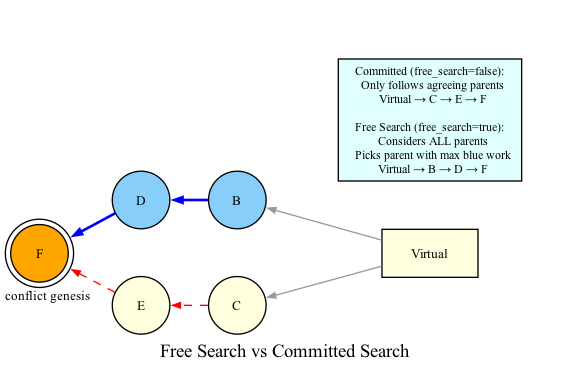
Earlier version of the Graphviz export png/05-free-vs-committed.png (coderofstuff/dk-wiki). Its source is kept beside it as dot/05-free-vs-committed.dot.
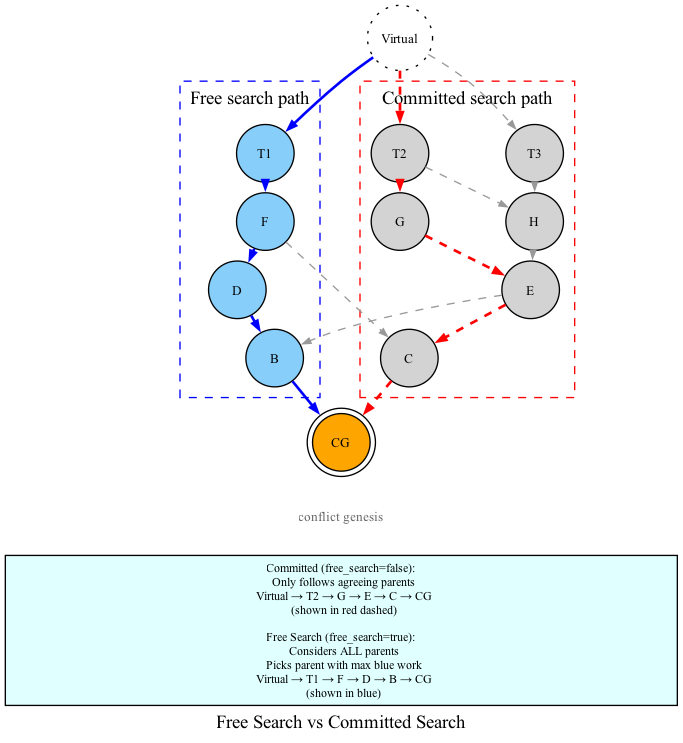
Above is the later version.

Change to the diagram source:
```diff
@@ -1,29 +1,66 @@
 digraph free_vs_committed {
-    rankdir=RL;
-    nodesep=0.5;
-    ranksep=0.4;
+    rankdir=TB;
+    nodesep=0.8;
+    ranksep=0.1;
     node [shape=circle, style=filled, fontsize=10, width=0.6, height=0.6];
     edge [arrowsize=0.6, color=gray60];
 
     label="Free Search vs Committed Search";
 
-    V [label="Virtual", fillcolor=lightyellow, shape=box, width=1.0, height=0.5];
+    CG [label="CG", fillcolor=orange, shape=doublecircle];
 
-    B [label="B", fillcolor=lightskyblue];
-    C [label="C", fillcolor=lightyellow];
-    D [label="D", fillcolor=lightskyblue];
-    E [label="E", fillcolor=lightyellow];
-    F [label="F", fillcolor=orange, shape=doublecircle, xlabel="conflict genesis"];
+    Virtual [label="Virtual", shape=circle, style=dotted, fillcolor=white];
 
-    V -> B;
-    V -> C;
-    B -> D [color=blue, penwidth=2.0];
-    C -> E [style=dashed, color=red];
-    D -> F [color=blue, penwidth=2.0];
-    E -> F [style=dashed, color=red];
+    subgraph cluster_left {
+        label="Free search path";
+        labelloc=t;
+        style="dashed";
+        color=blue;
+        B [label="B", fillcolor=lightskyblue];
+        D [label="D", fillcolor=lightskyblue];
+        F [label="F", fillcolor=lightskyblue];
+        T1 [label="T1", fillcolor=lightskyblue];
+    }
 
-    subgraph cluster_annotation {
-        style=invis;
-        NOTE [label="Committed (free_search=false):\n  Only follows agreeing parents\n  Virtual → C → E → F\n\nFree Search (free_search=true):\n  Considers ALL parents\n  Picks parent with max blue work\n  Virtual → B → D → F", shape=box, style=filled, fillcolor=lightcyan, fontsize=9];
+    subgraph cluster_right {
+        label="Committed search path";
+        labelloc=t;
+        style="dashed";
+        color=red;
+        C [label="C", fillcolor=lightgray];
+        E [label="E", fillcolor=lightgray];
+        G [label="G", fillcolor=lightgray];
+        T2 [label="T2", fillcolor=lightgray];
+        H [label="H", fillcolor=lightgray];
+        T3 [label="T3", fillcolor=lightgray];
     }
+
+    CG_lbl [label="conflict genesis", shape=plaintext, style=filled, fillcolor=none, fontsize=10, fontcolor=gray40, width=0];
+
+    NOTE [label="Committed (free_search=false):\n  Only follows agreeing parents\n  Virtual → T2 → G → E → C → CG\n  (shown in red dashed)\n\nFree Search (free_search=true):\n  Considers ALL parents\n  Picks parent with max blue work\n  Virtual → T1 → F → D → B → CG\n  (shown in blue)", shape=box, style=filled, fillcolor=lightcyan, fontsize=9, width=7];
+
+    D -> B [color=blue, penwidth=2.0];
+    F -> D [color=blue, penwidth=2.0];
+    T1 -> F [color=blue, penwidth=2.0];
+    B -> CG [color=blue, penwidth=2.0];
+
+    E -> C [color=red, penwidth=2.0, style=dashed];
+    G -> E [color=red, penwidth=2.0, style=dashed];
+    T2 -> G [color=red, penwidth=2.0, style=dashed];
+    C -> CG [color=red, penwidth=2.0, style=dashed];
+
+    H -> E [color=gray60, penwidth=1.0];
+    T3 -> H [color=gray60, penwidth=1.0];
+
+    T2 -> H [color=gray60, penwidth=1.0, style=dashed];
+    F -> C [color=gray60, penwidth=1.0, style=dashed];
+    E -> B [color=gray60, penwidth=1.0, style=dashed];
+
+    CG -> CG_lbl [style=invis];
+    CG_lbl -> NOTE [style=invis];
+
+    Virtual -> T1 [color=blue, penwidth=2.0];
+    Virtual -> T2 [color=red, penwidth=2.0, style=dashed];
+    Virtual -> T3 [color=gray60, penwidth=1.0, style=dashed];
+
 }
```
